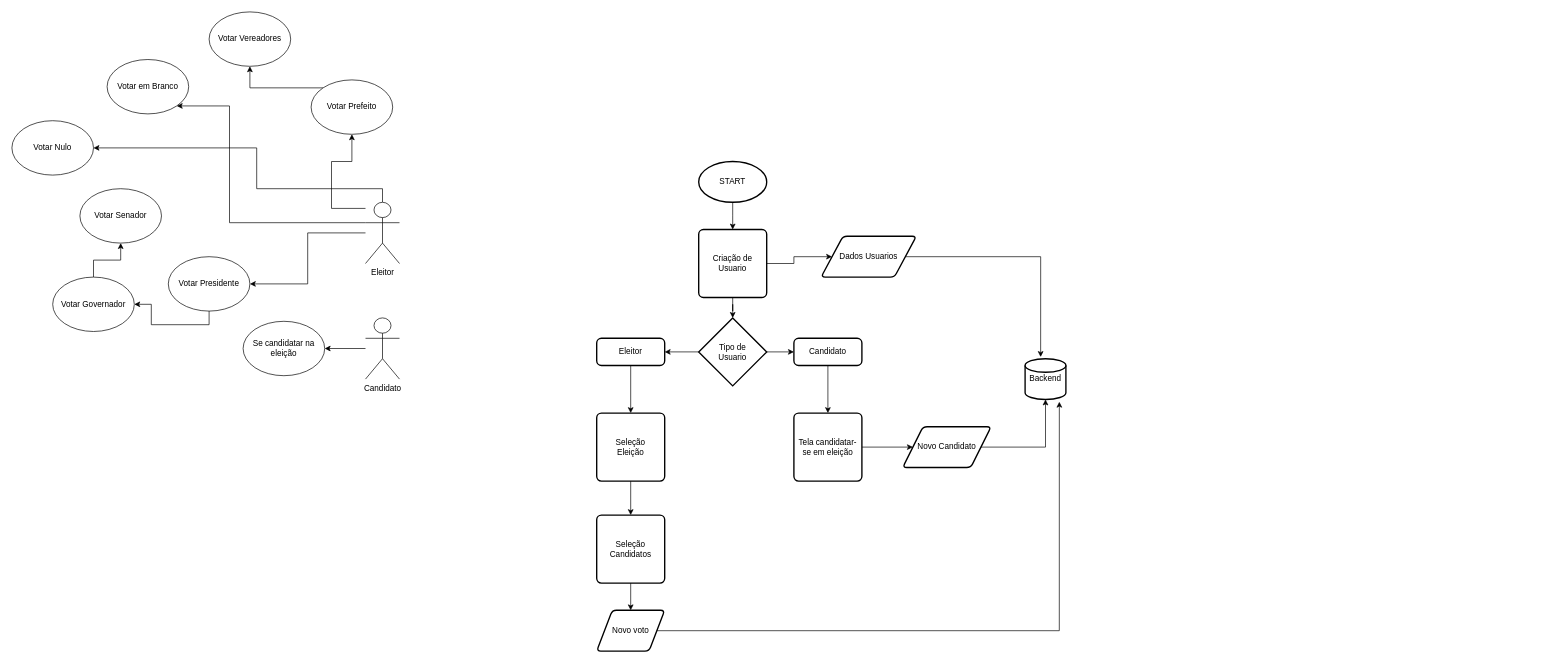
This is docs/fluxograma_site.drawio from Junior-Rosa/urna-eletronica, a draw.io file, before an edit. Source tidied: cells renumbered, new cells numbered last; positions are measured from the earlier drawing's top-left corner, leaving out a move shared by most shapes. Both pictures are drawn from the tidied source at 68%, with x=0, y=0 at pixel (12, 12).
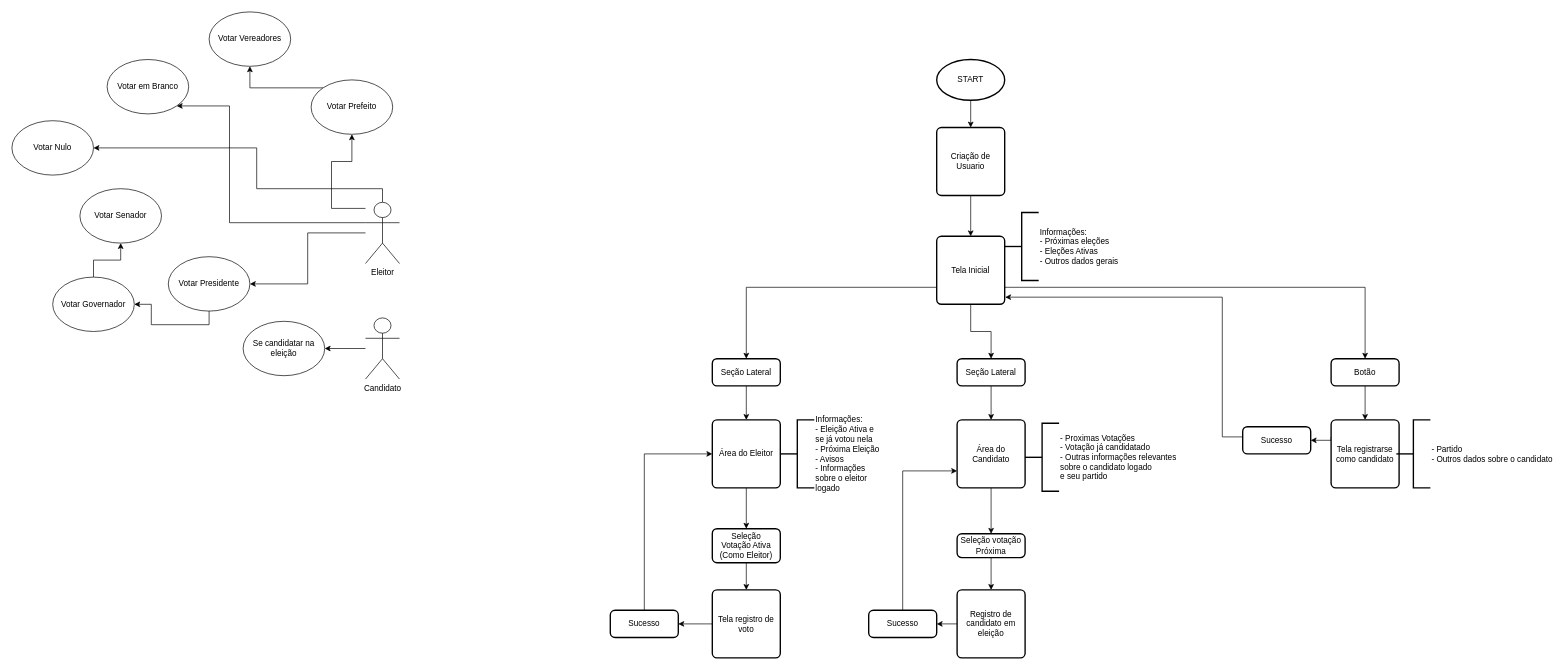
Above is the later version.

Commit message:
docs(flowchart): improved user main flow on the web frontend

Change to the diagram source:
```diff
@@
     <mxCell id="2" style="edgeStyle=orthogonalEdgeStyle;rounded=0;jettySize=auto;html=1;entryX=0.5;entryY=0;entryDx=0;entryDy=0;" parent="1" edge="1" source="3">
       <mxGeometry relative="1" as="geometry">
-        <mxPoint x="1060" y="320" as="targetPoint" />
+        <mxPoint x="1410" y="170" as="targetPoint" />
       </mxGeometry>
     </mxCell>
     <mxCell id="3" value="START" style="strokeWidth=2;html=1;shape=mxgraph.flowchart.start_1;whiteSpace=wrap;" parent="1" vertex="1">
-      <mxGeometry x="1010" y="220" width="100" height="60" as="geometry" />
+      <mxGeometry x="1360" y="70" width="100" height="60" as="geometry" />
     </mxCell>
@@
-    <mxCell id="22" style="edgeStyle=orthogonalEdgeStyle;rounded=0;jettySize=auto;html=1;entryX=0;entryY=0.5;entryDx=0;entryDy=0;" parent="1" edge="1" source="23" target="39">
-      <mxGeometry relative="1" as="geometry" />
-    </mxCell>
     <mxCell id="23" value="Criação de Usuario" style="rounded=1;whiteSpace=wrap;html=1;absoluteArcSize=1;arcSize=14;strokeWidth=2;" parent="1" vertex="1">
-      <mxGeometry x="1010" y="320" width="100" height="100" as="geometry" />
+      <mxGeometry x="1360" y="170" width="100" height="100" as="geometry" />
     </mxCell>
-    <mxCell id="24" style="edgeStyle=orthogonalEdgeStyle;rounded=0;jettySize=auto;html=1;exitX=1;exitY=0.5;exitDx=0;exitDy=0;exitPerimeter=0;entryX=0;entryY=0.5;entryDx=0;entryDy=0;" parent="1" edge="1" source="26" target="29">
-      <mxGeometry relative="1" as="geometry" />
-    </mxCell>
-    <mxCell id="25" style="edgeStyle=orthogonalEdgeStyle;rounded=0;jettySize=auto;html=1;exitX=0;exitY=0.5;exitDx=0;exitDy=0;exitPerimeter=0;entryX=1;entryY=0.5;entryDx=0;entryDy=0;" parent="1" edge="1" source="26" target="31">
-      <mxGeometry relative="1" as="geometry" />
-    </mxCell>
-    <mxCell id="26" value="Tipo de&lt;br&gt;Usuario" style="strokeWidth=2;html=1;shape=mxgraph.flowchart.decision;whiteSpace=wrap;" parent="1" vertex="1">
-      <mxGeometry x="1010" y="450" width="100" height="100" as="geometry" />
-    </mxCell>
-    <mxCell id="27" style="edgeStyle=orthogonalEdgeStyle;rounded=0;jettySize=auto;html=1;entryX=0.5;entryY=0;entryDx=0;entryDy=0;entryPerimeter=0;" parent="1" edge="1" source="23" target="26">
+    <mxCell id="27" style="edgeStyle=orthogonalEdgeStyle;rounded=0;jettySize=auto;html=1;entryX=0.5;entryY=0;entryDx=0;entryDy=0;" parent="1" edge="1" source="23" target="48">
       <mxGeometry relative="1" as="geometry" />
     </mxCell>
-    <mxCell id="28" style="edgeStyle=orthogonalEdgeStyle;rounded=0;jettySize=auto;html=1;entryX=0.5;entryY=0;entryDx=0;entryDy=0;" parent="1" edge="1" source="29" target="33">
-      <mxGeometry relative="1" as="geometry" />
-    </mxCell>
-    <mxCell id="29" value="Candidato" style="rounded=1;whiteSpace=wrap;html=1;absoluteArcSize=1;arcSize=14;strokeWidth=2;" parent="1" vertex="1">
-      <mxGeometry x="1150" y="480" width="100" height="40" as="geometry" />
-    </mxCell>
-    <mxCell id="30" style="edgeStyle=orthogonalEdgeStyle;rounded=0;jettySize=auto;html=1;entryX=0.5;entryY=0;entryDx=0;entryDy=0;" parent="1" edge="1" source="31" target="35">
-      <mxGeometry relative="1" as="geometry" />
-    </mxCell>
-    <mxCell id="31" value="Eleitor" style="rounded=1;whiteSpace=wrap;html=1;absoluteArcSize=1;arcSize=14;strokeWidth=2;" parent="1" vertex="1">
-      <mxGeometry x="860" y="480" width="100" height="40" as="geometry" />
-    </mxCell>
-    <mxCell id="32" style="edgeStyle=orthogonalEdgeStyle;rounded=0;jettySize=auto;html=1;exitX=1;exitY=0.5;exitDx=0;exitDy=0;" parent="1" edge="1" source="33" target="41">
-      <mxGeometry relative="1" as="geometry" />
-    </mxCell>
-    <mxCell id="33" value="Tela candidatar-se em eleição" style="rounded=1;whiteSpace=wrap;html=1;absoluteArcSize=1;arcSize=14;strokeWidth=2;" parent="1" vertex="1">
-      <mxGeometry x="1150" y="590" width="100" height="100" as="geometry" />
-    </mxCell>
-    <mxCell id="34" style="edgeStyle=orthogonalEdgeStyle;rounded=0;jettySize=auto;html=1;entryX=0.5;entryY=0;entryDx=0;entryDy=0;" parent="1" edge="1" source="35" target="37">
-      <mxGeometry relative="1" as="geometry" />
-    </mxCell>
-    <mxCell id="35" value="Seleção&lt;br&gt;Eleição" style="rounded=1;whiteSpace=wrap;html=1;absoluteArcSize=1;arcSize=14;strokeWidth=2;" parent="1" vertex="1">
-      <mxGeometry x="860" y="590" width="100" height="100" as="geometry" />
-    </mxCell>
-    <mxCell id="36" style="edgeStyle=orthogonalEdgeStyle;rounded=0;jettySize=auto;html=1;exitX=0.5;exitY=1;exitDx=0;exitDy=0;entryX=0.5;entryY=0;entryDx=0;entryDy=0;" parent="1" edge="1" source="37" target="43">
-      <mxGeometry relative="1" as="geometry" />
-    </mxCell>
-    <mxCell id="37" value="Seleção Candidatos" style="rounded=1;whiteSpace=wrap;html=1;absoluteArcSize=1;arcSize=14;strokeWidth=2;" parent="1" vertex="1">
-      <mxGeometry x="860" y="740" width="100" height="100" as="geometry" />
-    </mxCell>
-    <mxCell id="38" value="Backend" style="strokeWidth=2;html=1;shape=mxgraph.flowchart.database;whiteSpace=wrap;" parent="1" vertex="1">
-      <mxGeometry x="1490" y="510" width="60" height="60" as="geometry" />
-    </mxCell>
-    <mxCell id="39" value="Dados Usuarios" style="shape=parallelogram;html=1;strokeWidth=2;perimeter=parallelogramPerimeter;whiteSpace=wrap;rounded=1;arcSize=12;size=0.23;" parent="1" vertex="1">
-      <mxGeometry x="1190" y="330" width="140" height="60" as="geometry" />
-    </mxCell>
-    <mxCell id="40" style="edgeStyle=orthogonalEdgeStyle;rounded=0;jettySize=auto;html=1;exitX=1;exitY=0.5;exitDx=0;exitDy=0;entryX=0.381;entryY=-0.042;entryDx=0;entryDy=0;entryPerimeter=0;" parent="1" edge="1" source="39" target="38">
-      <mxGeometry relative="1" as="geometry" />
-    </mxCell>
-    <mxCell id="41" value="Novo Candidato" style="shape=parallelogram;html=1;strokeWidth=2;perimeter=parallelogramPerimeter;whiteSpace=wrap;rounded=1;arcSize=12;size=0.23;" parent="1" vertex="1">
-      <mxGeometry x="1310" y="610" width="130" height="60" as="geometry" />
-    </mxCell>
-    <mxCell id="42" style="edgeStyle=orthogonalEdgeStyle;rounded=0;jettySize=auto;html=1;entryX=0.5;entryY=1;entryDx=0;entryDy=0;entryPerimeter=0;" parent="1" edge="1" source="41" target="38">
-      <mxGeometry relative="1" as="geometry" />
-    </mxCell>
-    <mxCell id="43" value="Novo voto" style="shape=parallelogram;html=1;strokeWidth=2;perimeter=parallelogramPerimeter;whiteSpace=wrap;rounded=1;arcSize=12;size=0.23;" parent="1" vertex="1">
-      <mxGeometry x="860" y="880" width="100" height="60" as="geometry" />
-    </mxCell>
-    <mxCell id="44" style="edgeStyle=orthogonalEdgeStyle;rounded=0;jettySize=auto;html=1;exitX=1;exitY=0.5;exitDx=0;exitDy=0;entryX=0.839;entryY=1.056;entryDx=0;entryDy=0;entryPerimeter=0;" parent="1" edge="1" source="43" target="38">
-      <mxGeometry relative="1" as="geometry" />
-    </mxCell>
+    <mxCell id="45" style="edgeStyle=orthogonalEdgeStyle;rounded=0;jettySize=auto;html=1;exitX=0;exitY=0.75;exitDx=0;exitDy=0;entryX=0.5;entryY=0;entryDx=0;entryDy=0;" parent="1" edge="1" source="48" target="58">
+      <mxGeometry relative="1" as="geometry" />
+    </mxCell>
+    <mxCell id="46" style="edgeStyle=orthogonalEdgeStyle;rounded=0;jettySize=auto;html=1;exitX=0.5;exitY=1;exitDx=0;exitDy=0;entryX=0.5;entryY=0;entryDx=0;entryDy=0;" parent="1" edge="1" source="48" target="60">
+      <mxGeometry relative="1" as="geometry" />
+    </mxCell>
+    <mxCell id="47" style="edgeStyle=orthogonalEdgeStyle;rounded=0;jettySize=auto;html=1;exitX=1;exitY=0.75;exitDx=0;exitDy=0;entryX=0.5;entryY=0;entryDx=0;entryDy=0;" parent="1" edge="1" source="48" target="62">
+      <mxGeometry relative="1" as="geometry" />
+    </mxCell>
+    <mxCell id="48" value="Tela Inicial" style="rounded=1;whiteSpace=wrap;html=1;absoluteArcSize=1;arcSize=14;strokeWidth=2;" parent="1" vertex="1">
+      <mxGeometry x="1360" y="330" width="100" height="100" as="geometry" />
+    </mxCell>
+    <mxCell id="49" style="edgeStyle=orthogonalEdgeStyle;rounded=0;jettySize=auto;html=1;exitX=0.5;exitY=1;exitDx=0;exitDy=0;entryX=0.5;entryY=0;entryDx=0;entryDy=0;" parent="1" edge="1" source="50" target="52">
+      <mxGeometry relative="1" as="geometry" />
+    </mxCell>
+    <mxCell id="50" value="Seleção&lt;br&gt;Votação Ativa (Como Eleitor)" style="rounded=1;whiteSpace=wrap;html=1;absoluteArcSize=1;arcSize=14;strokeWidth=2;" parent="1" vertex="1">
+      <mxGeometry x="1030" y="760" width="100" height="50" as="geometry" />
+    </mxCell>
+    <mxCell id="51" style="edgeStyle=orthogonalEdgeStyle;rounded=0;jettySize=auto;html=1;exitX=0;exitY=0.5;exitDx=0;exitDy=0;entryX=1;entryY=0.5;entryDx=0;entryDy=0;" parent="1" edge="1" source="52" target="71">
+      <mxGeometry relative="1" as="geometry" />
+    </mxCell>
+    <mxCell id="52" value="Tela registro de voto" style="rounded=1;whiteSpace=wrap;html=1;absoluteArcSize=1;arcSize=14;strokeWidth=2;" parent="1" vertex="1">
+      <mxGeometry x="1030" y="850" width="100" height="100" as="geometry" />
+    </mxCell>
+    <mxCell id="53" style="edgeStyle=orthogonalEdgeStyle;rounded=0;jettySize=auto;html=1;exitX=0.5;exitY=1;exitDx=0;exitDy=0;entryX=0.5;entryY=0;entryDx=0;entryDy=0;" parent="1" edge="1" source="54" target="50">
+      <mxGeometry relative="1" as="geometry" />
+    </mxCell>
+    <mxCell id="54" value="Área do Eleitor" style="rounded=1;whiteSpace=wrap;html=1;absoluteArcSize=1;arcSize=14;strokeWidth=2;" parent="1" vertex="1">
+      <mxGeometry x="1030" y="600" width="100" height="100" as="geometry" />
+    </mxCell>
+    <mxCell id="55" style="edgeStyle=orthogonalEdgeStyle;rounded=0;jettySize=auto;html=1;exitX=0.5;exitY=1;exitDx=0;exitDy=0;entryX=0.5;entryY=0;entryDx=0;entryDy=0;" parent="1" edge="1" source="56" target="74">
+      <mxGeometry relative="1" as="geometry" />
+    </mxCell>
+    <mxCell id="56" value="Área do Candidato" style="rounded=1;whiteSpace=wrap;html=1;absoluteArcSize=1;arcSize=14;strokeWidth=2;" parent="1" vertex="1">
+      <mxGeometry x="1390" y="600" width="100" height="100" as="geometry" />
+    </mxCell>
+    <mxCell id="57" style="edgeStyle=orthogonalEdgeStyle;rounded=0;jettySize=auto;html=1;exitX=0.5;exitY=1;exitDx=0;exitDy=0;entryX=0.5;entryY=0;entryDx=0;entryDy=0;" parent="1" edge="1" source="58" target="54">
+      <mxGeometry relative="1" as="geometry" />
+    </mxCell>
+    <mxCell id="58" value="Seção Lateral" style="rounded=1;whiteSpace=wrap;html=1;absoluteArcSize=1;arcSize=14;strokeWidth=2;" parent="1" vertex="1">
+      <mxGeometry x="1030" y="510" width="100" height="40" as="geometry" />
+    </mxCell>
+    <mxCell id="59" style="edgeStyle=orthogonalEdgeStyle;rounded=0;jettySize=auto;html=1;exitX=0.5;exitY=1;exitDx=0;exitDy=0;entryX=0.5;entryY=0;entryDx=0;entryDy=0;" parent="1" edge="1" source="60" target="56">
+      <mxGeometry relative="1" as="geometry" />
+    </mxCell>
+    <mxCell id="60" value="Seção Lateral" style="rounded=1;whiteSpace=wrap;html=1;absoluteArcSize=1;arcSize=14;strokeWidth=2;" parent="1" vertex="1">
+      <mxGeometry x="1390" y="510" width="100" height="40" as="geometry" />
+    </mxCell>
+    <mxCell id="61" style="edgeStyle=orthogonalEdgeStyle;rounded=0;jettySize=auto;html=1;exitX=0.5;exitY=1;exitDx=0;exitDy=0;entryX=0.5;entryY=0;entryDx=0;entryDy=0;" parent="1" edge="1" source="62" target="64">
+      <mxGeometry relative="1" as="geometry" />
+    </mxCell>
+    <mxCell id="62" value="Botão" style="rounded=1;whiteSpace=wrap;html=1;absoluteArcSize=1;arcSize=14;strokeWidth=2;" parent="1" vertex="1">
+      <mxGeometry x="1940" y="510" width="100" height="40" as="geometry" />
+    </mxCell>
+    <mxCell id="63" style="edgeStyle=orthogonalEdgeStyle;rounded=0;jettySize=auto;html=1;exitX=0;exitY=0.25;exitDx=0;exitDy=0;entryX=1;entryY=0.5;entryDx=0;entryDy=0;" parent="1" edge="1" source="64" target="67">
+      <mxGeometry relative="1" as="geometry">
+        <Array as="points">
+          <mxPoint x="1940" y="630" />
+        </Array>
+      </mxGeometry>
+    </mxCell>
+    <mxCell id="64" value="Tela registrarse como candidato" style="rounded=1;whiteSpace=wrap;html=1;absoluteArcSize=1;arcSize=14;strokeWidth=2;" parent="1" vertex="1">
+      <mxGeometry x="1940" y="600" width="100" height="100" as="geometry" />
+    </mxCell>
+    <mxCell id="65" value="Informações:&lt;br&gt;- Próximas eleções&lt;br&gt;- Eleções Ativas&lt;br&gt;- Outros dados gerais" style="strokeWidth=2;html=1;shape=mxgraph.flowchart.annotation_2;align=left;labelPosition=right;" parent="1" vertex="1">
+      <mxGeometry x="1460" y="295" width="50" height="100" as="geometry" />
+    </mxCell>
+    <mxCell id="66" style="edgeStyle=orthogonalEdgeStyle;rounded=0;jettySize=auto;html=1;entryX=1.007;entryY=0.895;entryDx=0;entryDy=0;entryPerimeter=0;exitX=0;exitY=0.5;exitDx=0;exitDy=0;" parent="1" edge="1" source="67" target="48">
+      <mxGeometry relative="1" as="geometry">
+        <Array as="points">
+          <mxPoint x="1810" y="625" />
+          <mxPoint x="1780" y="625" />
+          <mxPoint x="1780" y="419" />
+        </Array>
+      </mxGeometry>
+    </mxCell>
+    <mxCell id="67" value="Sucesso" style="rounded=1;whiteSpace=wrap;html=1;absoluteArcSize=1;arcSize=14;strokeWidth=2;" parent="1" vertex="1">
+      <mxGeometry x="1810" y="610" width="100" height="40" as="geometry" />
+    </mxCell>
+    <mxCell id="68" value="Informações:&lt;br&gt;- Eleição Ativa e&lt;br&gt;se já votou nela&lt;br&gt;- Próxima Eleição&lt;br&gt;- Avisos&lt;br&gt;- Informações&lt;br&gt;sobre o eleitor&lt;br&gt;logado" style="strokeWidth=2;html=1;shape=mxgraph.flowchart.annotation_2;align=left;labelPosition=right;" parent="1" vertex="1">
+      <mxGeometry x="1130" y="600" width="50" height="100" as="geometry" />
+    </mxCell>
+    <mxCell id="69" value="- Partido&lt;br&gt;- Outros dados sobre o candidato" style="strokeWidth=2;html=1;shape=mxgraph.flowchart.annotation_2;align=left;labelPosition=right;" parent="1" vertex="1">
+      <mxGeometry x="2036" y="600" width="50" height="100" as="geometry" />
+    </mxCell>
+    <mxCell id="70" style="edgeStyle=orthogonalEdgeStyle;rounded=0;jettySize=auto;html=1;exitX=0.5;exitY=0;exitDx=0;exitDy=0;entryX=0;entryY=0.5;entryDx=0;entryDy=0;" parent="1" edge="1" source="71" target="54">
+      <mxGeometry relative="1" as="geometry" />
+    </mxCell>
+    <mxCell id="71" value="Sucesso" style="rounded=1;whiteSpace=wrap;html=1;absoluteArcSize=1;arcSize=14;strokeWidth=2;" parent="1" vertex="1">
+      <mxGeometry x="880" y="880" width="100" height="40" as="geometry" />
+    </mxCell>
+    <mxCell id="72" value="- Proximas Votações&lt;br&gt;- Votação já candidatado&lt;br&gt;- Outras informações relevantes&lt;br&gt;sobre o candidato logado&lt;br&gt;e seu partido" style="strokeWidth=2;html=1;shape=mxgraph.flowchart.annotation_2;align=left;labelPosition=right;" parent="1" vertex="1">
+      <mxGeometry x="1490" y="605" width="50" height="100" as="geometry" />
+    </mxCell>
+    <mxCell id="73" style="edgeStyle=orthogonalEdgeStyle;rounded=0;jettySize=auto;html=1;exitX=0.5;exitY=1;exitDx=0;exitDy=0;entryX=0.5;entryY=0;entryDx=0;entryDy=0;" parent="1" edge="1" source="74" target="76">
+      <mxGeometry relative="1" as="geometry" />
+    </mxCell>
+    <mxCell id="74" value="Seleção votação&lt;br&gt;Próxima" style="rounded=1;whiteSpace=wrap;html=1;absoluteArcSize=1;arcSize=14;strokeWidth=2;" parent="1" vertex="1">
+      <mxGeometry x="1390" y="767.5" width="100" height="35" as="geometry" />
+    </mxCell>
+    <mxCell id="75" style="edgeStyle=orthogonalEdgeStyle;rounded=0;jettySize=auto;html=1;exitX=0;exitY=0.5;exitDx=0;exitDy=0;entryX=1;entryY=0.5;entryDx=0;entryDy=0;" parent="1" edge="1" source="76" target="78">
+      <mxGeometry relative="1" as="geometry" />
+    </mxCell>
+    <mxCell id="76" value="Registro de candidato em eleição" style="rounded=1;whiteSpace=wrap;html=1;absoluteArcSize=1;arcSize=14;strokeWidth=2;" parent="1" vertex="1">
+      <mxGeometry x="1390" y="850" width="100" height="100" as="geometry" />
+    </mxCell>
+    <mxCell id="77" style="edgeStyle=orthogonalEdgeStyle;rounded=0;jettySize=auto;html=1;exitX=0.5;exitY=0;exitDx=0;exitDy=0;entryX=0;entryY=0.75;entryDx=0;entryDy=0;" parent="1" edge="1" source="78" target="56">
+      <mxGeometry relative="1" as="geometry" />
+    </mxCell>
+    <mxCell id="78" value="Sucesso" style="rounded=1;whiteSpace=wrap;html=1;absoluteArcSize=1;arcSize=14;strokeWidth=2;" parent="1" vertex="1">
+      <mxGeometry x="1260" y="880" width="100" height="40" as="geometry" />
+    </mxCell>
```
